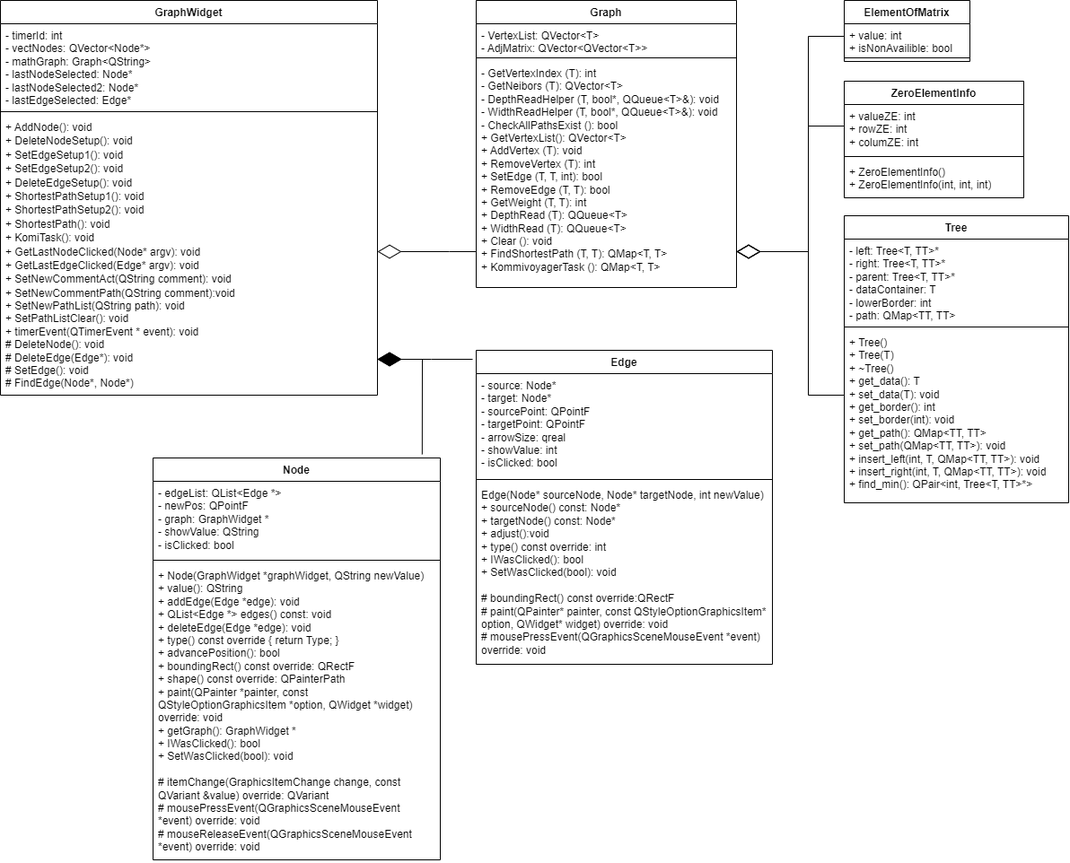
Before: UML/Graphs.png, a diagram exported from draw.io (Hitikov/Lab_Graphs_QT_only). Source tidied: cells renumbered, new cells last; positions are measured from the earlier drawing's top-left corner, leaving out a move shared by most shapes.
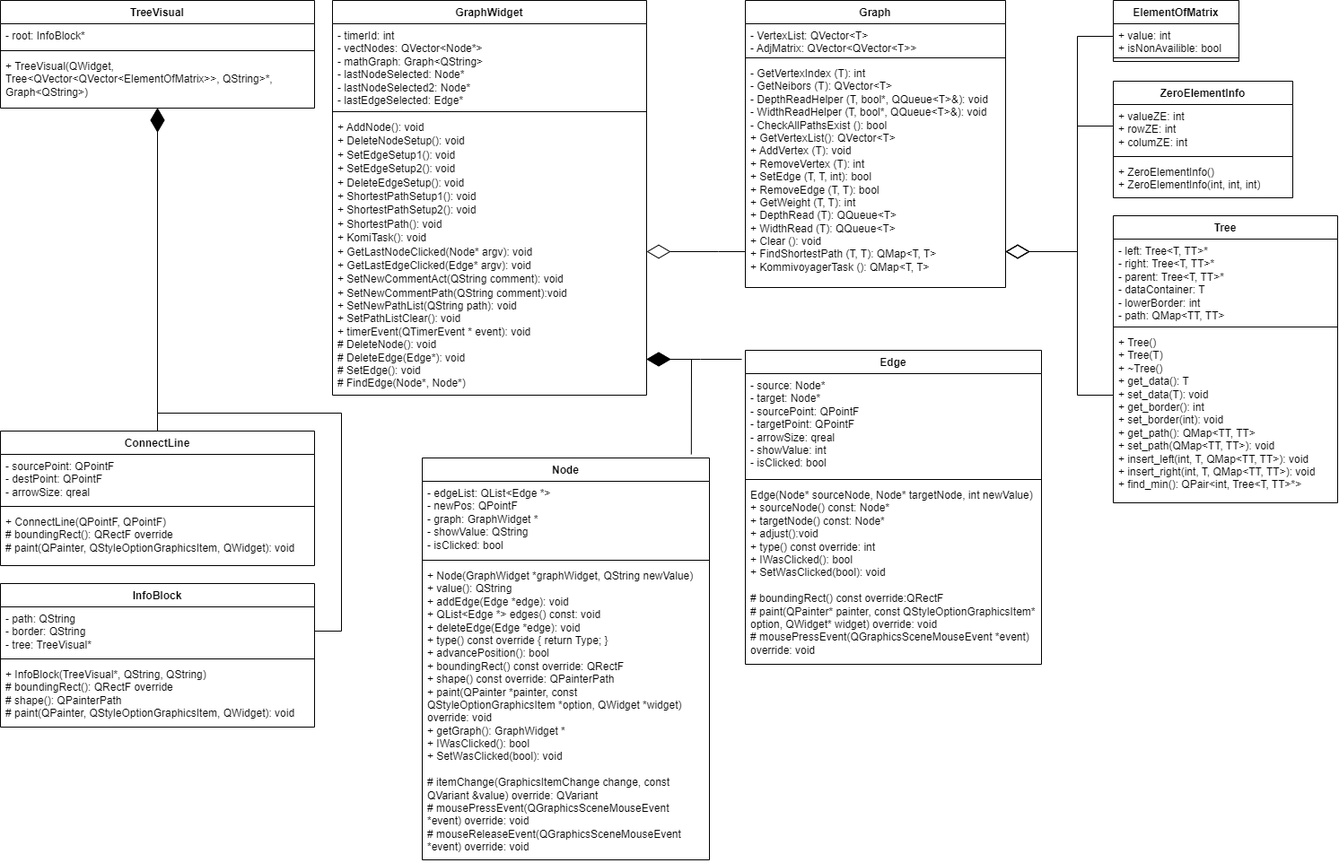
After the change.

The edit, as a diff of the source:
```diff
@@ -78,16 +78,16 @@
       </mxGeometry>
     </mxCell>
     <mxCell id="20" value="GraphWidget" style="swimlane;fontStyle=1;align=center;verticalAlign=top;horizontal=1;startSize=26;whiteSpace=wrap;html=1;" parent="1" vertex="1">
-      <mxGeometry width="420" height="440" as="geometry" />
+      <mxGeometry x="70" width="350" height="440" as="geometry" />
     </mxCell>
     <mxCell id="21" value="- timerId: int&lt;div&gt;- vectNodes: QVector&amp;lt;Node*&amp;gt;&lt;/div&gt;&lt;div&gt;- mathGraph: Graph&amp;lt;QString&amp;gt;&lt;/div&gt;&lt;div&gt;- lastNodeSelected: Node*&lt;/div&gt;&lt;div&gt;- lastNodeSelected2: Node*&lt;br&gt;&lt;/div&gt;&lt;div&gt;- lastEdgeSelected: Edge*&lt;br&gt;&lt;/div&gt;" style="text;strokeColor=none;fillColor=none;align=left;verticalAlign=top;spacingLeft=4;spacingRight=4;overflow=hidden;whiteSpace=wrap;html=1;" parent="20" vertex="1">
-      <mxGeometry y="26" width="420" height="94" as="geometry" />
+      <mxGeometry y="26" width="350" height="94" as="geometry" />
     </mxCell>
     <mxCell id="22" style="line;strokeWidth=1;fillColor=none;align=left;verticalAlign=middle;spacingTop=-1;spacingLeft=3;spacingRight=3;labelPosition=right;strokeColor=inherit;" parent="20" vertex="1">
-      <mxGeometry y="120" width="420" height="8" as="geometry" />
+      <mxGeometry y="120" width="350" height="8" as="geometry" />
     </mxCell>
     <mxCell id="23" value="&lt;pre style=&quot;margin-top: 0px; margin-bottom: 0px;&quot;&gt;&lt;font face=&quot;Helvetica&quot;&gt;+ AddNode(): void&lt;/font&gt;&lt;/pre&gt;&lt;pre style=&quot;margin-top: 0px; margin-bottom: 0px;&quot;&gt;&lt;font face=&quot;Helvetica&quot;&gt;+ DeleteNodeSetup(): void&lt;/font&gt;&lt;/pre&gt;&lt;pre style=&quot;margin-top: 0px; margin-bottom: 0px;&quot;&gt;&lt;span style=&quot;font-family: Helvetica; background-color: initial; white-space: normal;&quot;&gt;+ SetEdgeSetup1()&lt;/span&gt;&lt;font face=&quot;Helvetica&quot;&gt;&lt;span style=&quot;white-space: normal;&quot;&gt;: void&lt;/span&gt;&lt;/font&gt;&lt;br&gt;&lt;/pre&gt;&lt;pre style=&quot;margin-top: 0px; margin-bottom: 0px;&quot;&gt;&lt;span style=&quot;font-family: Helvetica; background-color: initial; white-space: normal;&quot;&gt;+ SetEdgeSetup2()&lt;/span&gt;&lt;font face=&quot;Helvetica&quot;&gt;&lt;span style=&quot;white-space: normal;&quot;&gt;: void&lt;/span&gt;&lt;/font&gt;&lt;br&gt;&lt;/pre&gt;&lt;pre style=&quot;margin-top: 0px; margin-bottom: 0px;&quot;&gt;&lt;span style=&quot;font-family: Helvetica; background-color: initial; white-space: normal;&quot;&gt;+ DeleteEdgeSetup()&lt;/span&gt;&lt;font face=&quot;Helvetica&quot;&gt;&lt;span style=&quot;white-space: normal;&quot;&gt;: void&lt;/span&gt;&lt;/font&gt;&lt;br&gt;&lt;/pre&gt;&lt;pre style=&quot;margin-top: 0px; margin-bottom: 0px;&quot;&gt;&lt;span style=&quot;font-family: Helvetica; background-color: initial; white-space: normal;&quot;&gt;+ ShortestPathSetup1()&lt;/span&gt;&lt;font face=&quot;Helvetica&quot;&gt;&lt;span style=&quot;white-space: normal;&quot;&gt;: void&lt;/span&gt;&lt;/font&gt;&lt;br&gt;&lt;/pre&gt;&lt;pre style=&quot;margin-top: 0px; margin-bottom: 0px;&quot;&gt;&lt;span style=&quot;font-family: Helvetica; background-color: initial; white-space: normal;&quot;&gt;+ ShortestPathSetup2()&lt;/span&gt;&lt;font face=&quot;Helvetica&quot;&gt;&lt;span style=&quot;white-space: normal;&quot;&gt;: void&lt;/span&gt;&lt;/font&gt;&lt;br&gt;&lt;/pre&gt;&lt;pre style=&quot;margin-top: 0px; margin-bottom: 0px;&quot;&gt;&lt;span style=&quot;font-family: Helvetica; background-color: initial; white-space: normal;&quot;&gt;+ ShortestPath()&lt;/span&gt;&lt;font face=&quot;Helvetica&quot;&gt;&lt;span style=&quot;white-space: normal;&quot;&gt;: void&lt;/span&gt;&lt;/font&gt;&lt;br&gt;&lt;/pre&gt;&lt;pre style=&quot;margin-top: 0px; margin-bottom: 0px;&quot;&gt;&lt;span style=&quot;font-family: Helvetica; background-color: initial; white-space: normal;&quot;&gt;+ KomiTask()&lt;/span&gt;&lt;font face=&quot;Helvetica&quot;&gt;&lt;span style=&quot;white-space: normal;&quot;&gt;: void&lt;/span&gt;&lt;/font&gt;&lt;br&gt;&lt;/pre&gt;&lt;pre style=&quot;margin-top: 0px; margin-bottom: 0px;&quot;&gt;&lt;span style=&quot;font-family: Helvetica; background-color: initial; white-space: normal;&quot;&gt;+ GetLastNodeClicked(Node* argv)&lt;/span&gt;&lt;font face=&quot;Helvetica&quot;&gt;&lt;span style=&quot;white-space: normal;&quot;&gt;: void&lt;/span&gt;&lt;/font&gt;&lt;br&gt;&lt;/pre&gt;&lt;pre style=&quot;margin-top: 0px; margin-bottom: 0px;&quot;&gt;&lt;span style=&quot;font-family: Helvetica; background-color: initial; white-space: normal;&quot;&gt;+ GetLastEdgeClicked(Edge* argv)&lt;/span&gt;&lt;font face=&quot;Helvetica&quot;&gt;&lt;span style=&quot;white-space: normal;&quot;&gt;: void&lt;/span&gt;&lt;/font&gt;&lt;br&gt;&lt;/pre&gt;&lt;pre style=&quot;margin-top: 0px; margin-bottom: 0px;&quot;&gt;&lt;span style=&quot;font-family: Helvetica; white-space: normal;&quot;&gt;+ SetNewCommentAct(QString comment): void&lt;/span&gt;&lt;pre style=&quot;font-family: Helvetica; margin-top: 0px; margin-bottom: 0px;&quot;&gt;&lt;span style=&quot;white-space: normal; font-family: Helvetica; background-color: initial;&quot;&gt;+ SetNewCommentPath(QString comment):void&lt;/span&gt;&lt;br&gt;&lt;/pre&gt;&lt;pre style=&quot;font-family: Helvetica; margin-top: 0px; margin-bottom: 0px;&quot;&gt;&lt;span style=&quot;white-space: normal; font-family: Helvetica; background-color: initial;&quot;&gt;+ SetNewPathList(QString path): void&lt;/span&gt;&lt;br&gt;&lt;/pre&gt;&lt;pre style=&quot;font-family: Helvetica; margin-top: 0px; margin-bottom: 0px;&quot;&gt;&lt;span style=&quot;white-space: normal; font-family: Helvetica; background-color: initial;&quot;&gt;+ SetPathListClear(): void&lt;/span&gt;&lt;/pre&gt;&lt;pre style=&quot;font-family: Helvetica; margin-top: 0px; margin-bottom: 0px;&quot;&gt;&lt;span style=&quot;white-space: normal; font-family: Helvetica; background-color: initial;&quot;&gt;+ timerEvent(QTimerEvent * event): void&lt;/span&gt;&lt;/pre&gt;&lt;pre style=&quot;margin-top: 0px; margin-bottom: 0px; font-family: Helvetica;&quot;&gt;&lt;span style=&quot;white-space: normal; font-family: Helvetica; background-color: initial;&quot;&gt;# DeleteNode()&lt;/span&gt;: void&lt;/pre&gt;&lt;pre style=&quot;margin-top: 0px; margin-bottom: 0px; font-family: Helvetica;&quot;&gt;# DeleteEdge(Edge*): void&lt;/pre&gt;&lt;pre style=&quot;margin-top: 0px; margin-bottom: 0px; font-family: Helvetica;&quot;&gt;# SetEdge(): void&lt;/pre&gt;&lt;pre style=&quot;margin-top: 0px; margin-bottom: 0px; font-family: Helvetica;&quot;&gt;# FindEdge(Node*, Node*)&lt;/pre&gt;&lt;/pre&gt;" style="text;strokeColor=none;fillColor=none;align=left;verticalAlign=top;spacingLeft=4;spacingRight=4;overflow=hidden;whiteSpace=wrap;html=1;" parent="20" vertex="1">
-      <mxGeometry y="128" width="420" height="312" as="geometry" />
+      <mxGeometry y="128" width="350" height="312" as="geometry" />
     </mxCell>
     <mxCell id="24" value="Edge" style="swimlane;fontStyle=1;align=center;verticalAlign=top;horizontal=1;startSize=26;whiteSpace=wrap;html=1;" parent="1" vertex="1">
       <mxGeometry x="530" y="390" width="330" height="350" as="geometry" />
@@ -139,5 +139,57 @@
         </Array>
       </mxGeometry>
     </mxCell>
+    <mxCell id="35" value="TreeVisual" style="swimlane;fontStyle=1;align=center;verticalAlign=top;horizontal=1;startSize=26;whiteSpace=wrap;html=1;" parent="1" vertex="1">
+      <mxGeometry x="-300" width="350" height="120" as="geometry" />
+    </mxCell>
+    <mxCell id="36" value="- root: InfoBlock*" style="text;strokeColor=none;fillColor=none;align=left;verticalAlign=top;spacingLeft=4;spacingRight=4;overflow=hidden;whiteSpace=wrap;html=1;" parent="35" vertex="1">
+      <mxGeometry y="26" width="350" height="26" as="geometry" />
+    </mxCell>
+    <mxCell id="37" style="line;strokeWidth=1;fillColor=none;align=left;verticalAlign=middle;spacingTop=-1;spacingLeft=3;spacingRight=3;labelPosition=right;strokeColor=inherit;" parent="35" vertex="1">
+      <mxGeometry y="52" width="350" height="8" as="geometry" />
+    </mxCell>
+    <mxCell id="38" value="+ TreeVisual(QWidget, Tree&amp;lt;QVector&amp;lt;QVector&amp;lt;ElementOfMatrix&amp;gt;&amp;gt;, QString&amp;gt;*, Graph&amp;lt;QString&amp;gt;)" style="text;strokeColor=none;fillColor=none;align=left;verticalAlign=top;spacingLeft=4;spacingRight=4;overflow=hidden;points=[[0,0.5],[1,0.5]];portConstraint=eastwest;whiteSpace=wrap;html=1;" parent="35" vertex="1">
+      <mxGeometry y="60" width="350" height="60" as="geometry" />
+    </mxCell>
+    <mxCell id="39" value="ConnectLine" style="swimlane;fontStyle=1;align=center;verticalAlign=top;horizontal=1;startSize=26;whiteSpace=wrap;html=1;" parent="1" vertex="1">
+      <mxGeometry x="-300" y="480" width="350" height="150" as="geometry" />
+    </mxCell>
+    <mxCell id="40" value="- sourcePoint: QPointF&lt;div&gt;- destPoint: QPointF&lt;/div&gt;&lt;div&gt;- arrowSize: qreal&lt;/div&gt;" style="text;strokeColor=none;fillColor=none;align=left;verticalAlign=top;spacingLeft=4;spacingRight=4;overflow=hidden;whiteSpace=wrap;html=1;" parent="39" vertex="1">
+      <mxGeometry y="26" width="350" height="54" as="geometry" />
+    </mxCell>
+    <mxCell id="41" style="line;strokeWidth=1;fillColor=none;align=left;verticalAlign=middle;spacingTop=-1;spacingLeft=3;spacingRight=3;labelPosition=right;strokeColor=inherit;" parent="39" vertex="1">
+      <mxGeometry y="80" width="350" height="8" as="geometry" />
+    </mxCell>
+    <mxCell id="42" value="+ ConnectLine(QPointF, QPointF)&lt;div&gt;# boundingRect(): QRectF override&lt;/div&gt;&lt;div&gt;# paint(QPainter, QStyleOptionGraphicsItem, QWidget): void&amp;nbsp;&lt;/div&gt;" style="text;strokeColor=none;fillColor=none;align=left;verticalAlign=top;spacingLeft=4;spacingRight=4;overflow=hidden;whiteSpace=wrap;html=1;" parent="39" vertex="1">
+      <mxGeometry y="88" width="350" height="62" as="geometry" />
+    </mxCell>
+    <mxCell id="43" value="InfoBlock" style="swimlane;fontStyle=1;align=center;verticalAlign=top;horizontal=1;startSize=26;whiteSpace=wrap;html=1;" parent="1" vertex="1">
+      <mxGeometry x="-300" y="650" width="350" height="160" as="geometry" />
+    </mxCell>
+    <mxCell id="44" value="- path: QString&lt;br&gt;&lt;div&gt;- border: QString&lt;/div&gt;&lt;div&gt;- tree: TreeVisual*&lt;/div&gt;" style="text;strokeColor=none;fillColor=none;align=left;verticalAlign=top;spacingLeft=4;spacingRight=4;overflow=hidden;points=[[0,0.5],[1,0.5]];portConstraint=eastwest;whiteSpace=wrap;html=1;" parent="43" vertex="1">
+      <mxGeometry y="26" width="350" height="54" as="geometry" />
+    </mxCell>
+    <mxCell id="45" style="line;strokeWidth=1;fillColor=none;align=left;verticalAlign=middle;spacingTop=-1;spacingLeft=3;spacingRight=3;labelPosition=right;strokeColor=inherit;" parent="43" vertex="1">
+      <mxGeometry y="80" width="350" height="8" as="geometry" />
+    </mxCell>
+    <mxCell id="46" value="+ InfoBlock(TreeVisual*, QString, QString)&lt;div&gt;# boundingRect(): QRectF override&lt;/div&gt;&lt;div&gt;# shape(): QPainterPath&lt;/div&gt;&lt;div&gt;# paint(QPainter, QStyleOptionGraphicsItem, QWidget): void&amp;nbsp;&lt;/div&gt;" style="text;strokeColor=none;fillColor=none;align=left;verticalAlign=top;spacingLeft=4;spacingRight=4;overflow=hidden;whiteSpace=wrap;html=1;" parent="43" vertex="1">
+      <mxGeometry y="88" width="350" height="72" as="geometry" />
+    </mxCell>
+    <mxCell id="47" style="endArrow=diamondThin;endFill=1;endSize=24;html=1;rounded=0;" parent="1" edge="1" source="39" target="38">
+      <mxGeometry relative="1" as="geometry">
+        <Array as="points">
+          <mxPoint x="-125" y="460" />
+        </Array>
+      </mxGeometry>
+    </mxCell>
+    <mxCell id="48" style="endArrow=diamondThin;endFill=1;endSize=24;html=1;rounded=0;exitX=1;exitY=0.5;exitDx=0;exitDy=0;" parent="1" edge="1" source="44" target="38">
+      <mxGeometry relative="1" as="geometry">
+        <Array as="points">
+          <mxPoint x="80" y="703" />
+          <mxPoint x="80" y="460" />
+          <mxPoint x="-125" y="460" />
+        </Array>
+      </mxGeometry>
+    </mxCell>
   </root>
 </mxGraphModel>
```
